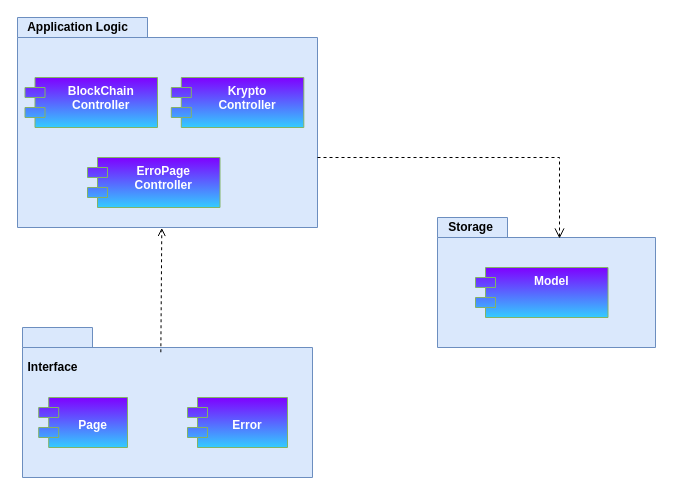
The draw.io diagram docs/deliverables/Resources/Component Diagram/Component Diagram.drawio in Alberto-00/Kryptoauth-NFT, before the edit. Source tidied: cells renumbered, new cells numbered last; positions are measured from the earlier drawing's top-left corner, leaving out a move shared by most shapes. Both pictures are drawn from the tidied source at 100%, with x=0, y=0 at pixel (17, 17).
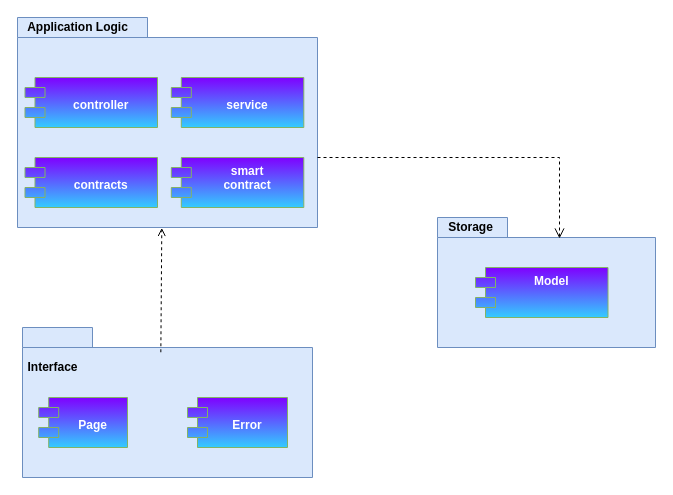
The same diagram, later.

Diff of the diagram source:
```diff
@@
 <mxGraphModel>
   <root>
     <mxCell id="0" />
     <mxCell id="1" parent="0" />
     <mxCell id="2" style="shape=folder;fontStyle=1;spacingTop=10;tabWidth=130;tabHeight=20;tabPosition=left;html=1;fillColor=#dae8fc;strokeColor=#6c8ebf;" parent="1" vertex="1">
       <mxGeometry width="300" height="210" as="geometry" />
     </mxCell>
     <mxCell id="3" style="shape=folder;fontStyle=1;spacingTop=10;tabWidth=70;tabHeight=20;tabPosition=left;html=1;fillColor=#dae8fc;strokeColor=#6c8ebf;" parent="1" vertex="1">
       <mxGeometry x="420" y="200" width="218" height="130" as="geometry" />
     </mxCell>
     <mxCell id="4" value="&lt;b&gt;Storage&lt;/b&gt;" style="text;html=1;align=center;verticalAlign=middle;strokeColor=none;fillColor=none;" parent="1" vertex="1">
       <mxGeometry x="423" y="200" width="60" height="20" as="geometry" />
     </mxCell>
     <mxCell id="5" style="shape=folder;fontStyle=1;spacingTop=10;tabWidth=70;tabHeight=20;tabPosition=left;html=1;fillColor=#dae8fc;strokeColor=#6c8ebf;" parent="1" vertex="1">
       <mxGeometry x="5" y="310" width="290" height="150" as="geometry" />
     </mxCell>
     <mxCell id="6" value="&lt;b&gt;Interface&lt;/b&gt;" style="text;html=1;align=center;verticalAlign=middle;strokeColor=none;fillColor=none;" parent="1" vertex="1">
       <mxGeometry y="340" width="70" height="20" as="geometry" />
     </mxCell>
     <mxCell id="7" style="html=1;verticalAlign=bottom;endArrow=open;dashed=1;endSize=8;rounded=0;edgeStyle=orthogonalEdgeStyle;" parent="1" edge="1" source="2">
       <mxGeometry relative="1" as="geometry">
         <mxPoint x="542" y="221" as="targetPoint" />
         <Array as="points">
           <mxPoint x="542" y="140" />
         </Array>
       </mxGeometry>
     </mxCell>
-    <mxCell id="8" value="BlockChain&#10;Controller" style="shape=module;align=left;spacingLeft=20;align=center;verticalAlign=top;fillColor=#7F00FF;strokeColor=#82b366;gradientColor=#33CCFF;fontColor=#FFFFFF;fontStyle=1;" parent="1" vertex="1">
+    <mxCell id="8" value="&#10;controller" style="shape=module;align=left;spacingLeft=20;align=center;verticalAlign=top;fillColor=#7F00FF;strokeColor=#82b366;gradientColor=#33CCFF;fontColor=#FFFFFF;fontStyle=1;" parent="1" vertex="1">
       <mxGeometry x="7.5" y="60" width="132.5" height="50" as="geometry" />
     </mxCell>
     <mxCell id="9" value="&lt;b&gt;&lt;font style=&quot;font-size: 12px&quot;&gt;Application Logic&lt;/font&gt;&lt;/b&gt;" style="text;html=1;align=center;verticalAlign=middle;strokeColor=none;fillColor=none;" parent="1" vertex="1">
       <mxGeometry width="120" height="20" as="geometry" />
     </mxCell>
-    <mxCell id="10" value="Krypto&#10;Controller" style="shape=module;align=left;spacingLeft=20;align=center;verticalAlign=top;fillColor=#7F00FF;strokeColor=#82b366;gradientColor=#33CCFF;fontColor=#FFFFFF;fontStyle=1;" parent="1" vertex="1">
+    <mxCell id="10" value="&#10;service" style="shape=module;align=left;spacingLeft=20;align=center;verticalAlign=top;fillColor=#7F00FF;strokeColor=#82b366;gradientColor=#33CCFF;fontColor=#FFFFFF;fontStyle=1;" parent="1" vertex="1">
       <mxGeometry x="153.8" y="60" width="132.5" height="50" as="geometry" />
     </mxCell>
-    <mxCell id="11" value="ErroPage&#10;Controller" style="shape=module;align=left;spacingLeft=20;align=center;verticalAlign=top;fillColor=#7F00FF;strokeColor=#82b366;gradientColor=#33CCFF;fontColor=#FFFFFF;fontStyle=1;" parent="1" vertex="1">
-      <mxGeometry x="70" y="140" width="132.5" height="50" as="geometry" />
+    <mxCell id="11" value="&#10;contracts" style="shape=module;align=left;spacingLeft=20;align=center;verticalAlign=top;fillColor=#7F00FF;strokeColor=#82b366;gradientColor=#33CCFF;fontColor=#FFFFFF;fontStyle=1;" parent="1" vertex="1">
+      <mxGeometry x="7.5" y="140" width="132.5" height="50" as="geometry" />
     </mxCell>
     <mxCell id="12" style="endArrow=open;html=1;rounded=0;fontColor=#FFFFFF;exitX=0.477;exitY=0.165;exitDx=0;exitDy=0;exitPerimeter=0;entryX=0.481;entryY=1.002;entryDx=0;entryDy=0;entryPerimeter=0;dashed=1;endFill=0;" parent="1" edge="1" source="5" target="2">
       <mxGeometry relative="1" as="geometry" />
     </mxCell>
     <mxCell id="13" value="&#10;Page" style="shape=module;align=left;spacingLeft=20;align=center;verticalAlign=top;fillColor=#7F00FF;strokeColor=#82b366;gradientColor=#33CCFF;fontColor=#FFFFFF;fontStyle=1;" parent="1" vertex="1">
       <mxGeometry x="21.2" y="380" width="88.8" height="50" as="geometry" />
     </mxCell>
     <mxCell id="14" value="&#10;Error" style="shape=module;align=left;spacingLeft=20;align=center;verticalAlign=top;fillColor=#7F00FF;strokeColor=#82b366;gradientColor=#33CCFF;fontColor=#FFFFFF;fontStyle=1;" parent="1" vertex="1">
       <mxGeometry x="170" y="380" width="100" height="50" as="geometry" />
     </mxCell>
     <mxCell id="15" value="Model" style="shape=module;align=left;spacingLeft=20;align=center;verticalAlign=top;fillColor=#7F00FF;strokeColor=#82b366;gradientColor=#33CCFF;fontColor=#FFFFFF;fontStyle=1;" parent="1" vertex="1">
       <mxGeometry x="458" y="250" width="132.5" height="50" as="geometry" />
     </mxCell>
+    <mxCell id="16" value="smart&#10;contract" style="shape=module;align=left;spacingLeft=20;align=center;verticalAlign=top;fillColor=#7F00FF;strokeColor=#82b366;gradientColor=#33CCFF;fontColor=#FFFFFF;fontStyle=1;" parent="1" vertex="1">
+      <mxGeometry x="153.8" y="140" width="132.5" height="50" as="geometry" />
+    </mxCell>
   </root>
 </mxGraphModel>
```
